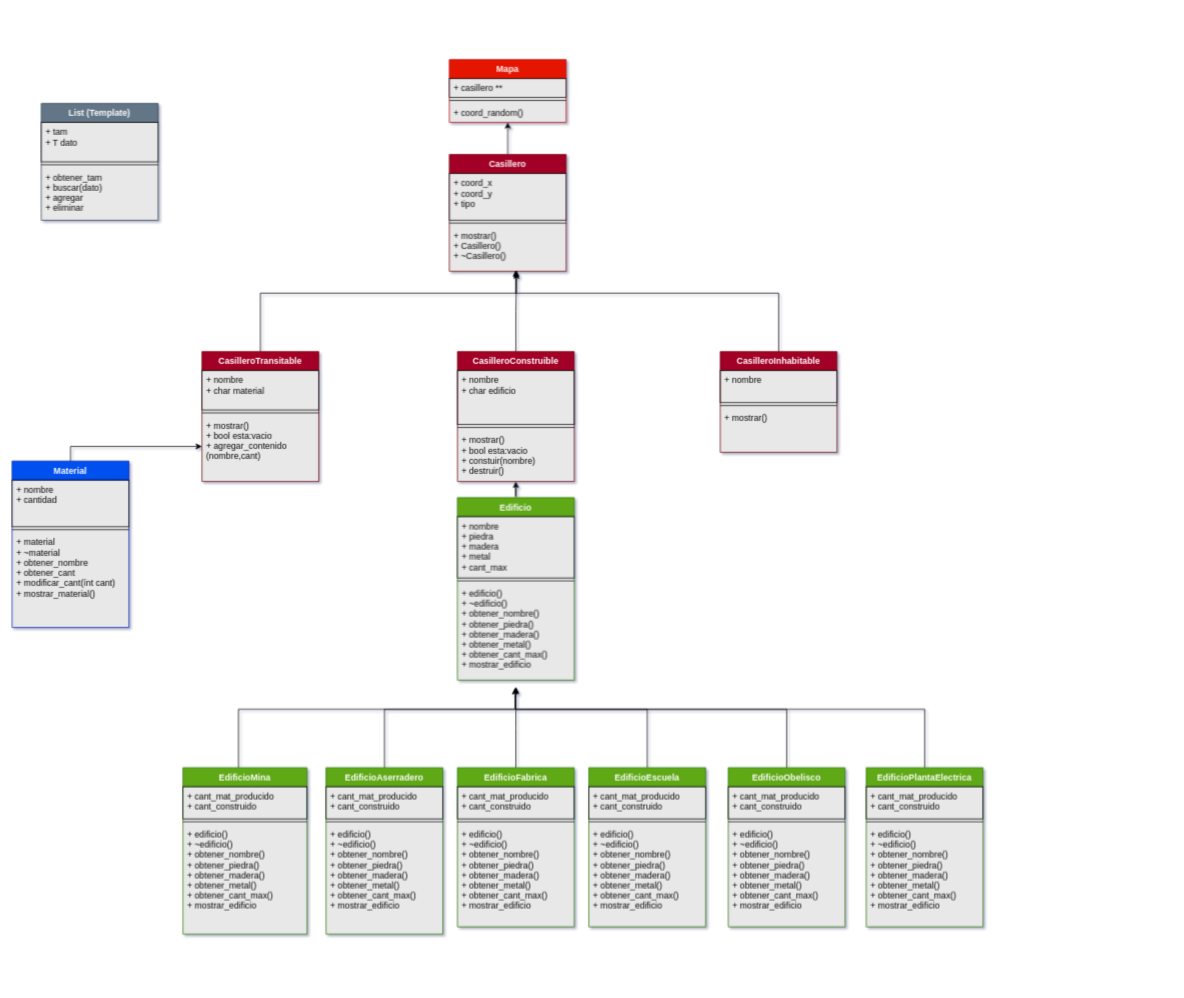
This is uml.drawio from lmberard/TP2_Algo-de-Ritmo, a draw.io file, before an edit. Source tidied: cells renumbered, new cells numbered last; positions are measured from the earlier drawing's top-left corner, leaving out a move shared by most shapes. Both pictures are drawn from the tidied source at 73%, with x=0, y=0 at pixel (12, 59).
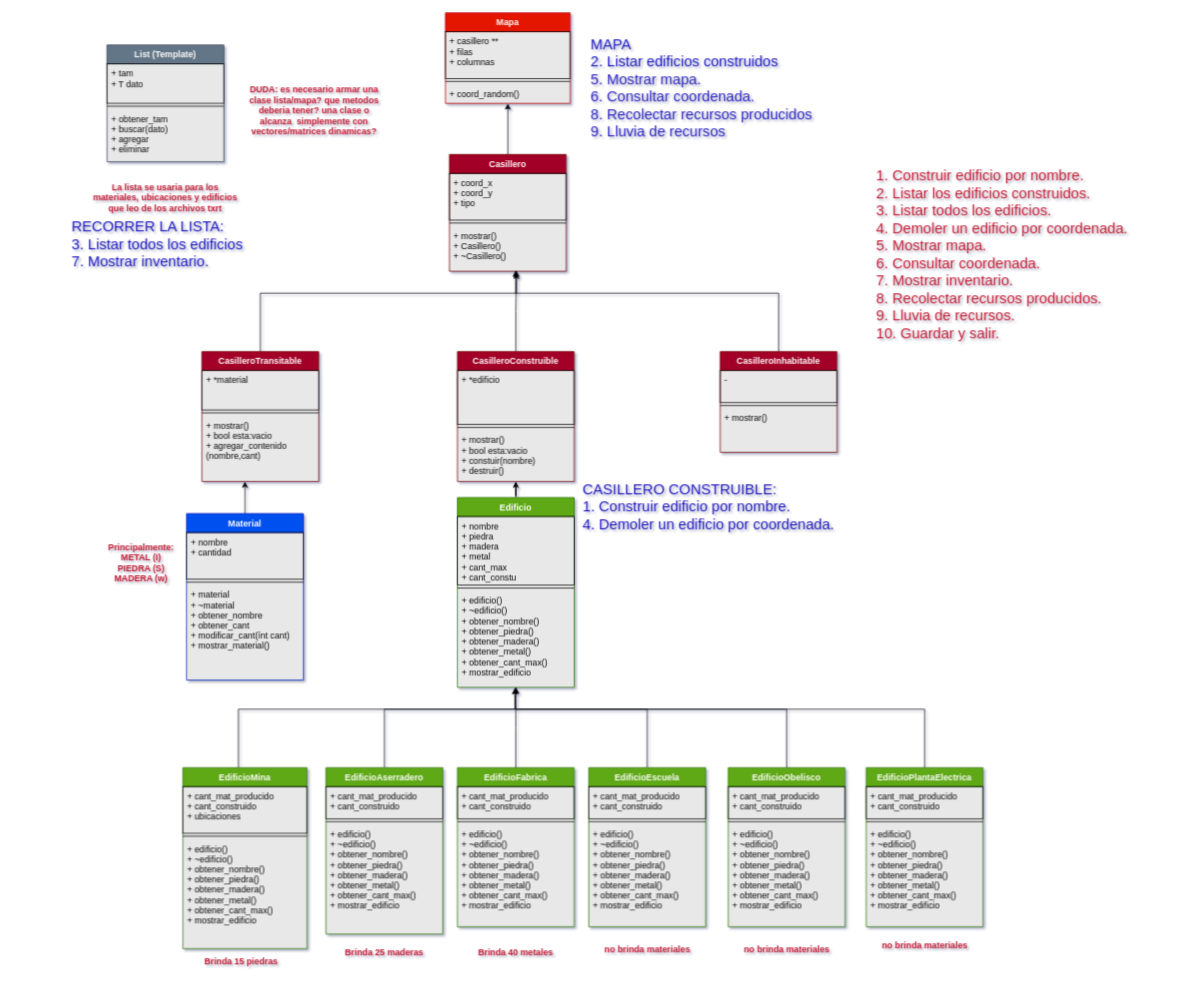
After the change.

Commit message:
nuevo uml

Unchanged cells that the change refers to:
```xml
<mxCell id="8" value="CasilleroTransitable" style="swimlane;fontStyle=1;align=center;verticalAlign=top;horizontal=1;startSize=26;fontColor=#ffffff;labelBorderColor=none;labelBackgroundColor=none;swimlaneFillColor=#E8E8E8;strokeColor=#6F0000;fillColor=#a20025;" parent="1" vertex="1">
  <mxGeometry x="260" y="400" width="160" height="178" as="geometry" />
</mxCell>
<mxCell id="13" value="CasilleroConstruible" style="swimlane;fontStyle=1;align=center;verticalAlign=top;horizontal=1;startSize=26;fontColor=#ffffff;labelBorderColor=none;labelBackgroundColor=none;swimlaneFillColor=#E8E8E8;strokeColor=#6F0000;fillColor=#a20025;" parent="1" vertex="1">
  <mxGeometry x="610" y="400" width="160" height="178" as="geometry" />
</mxCell>
<mxCell id="18" value="CasilleroInhabitable" style="swimlane;fontStyle=1;align=center;verticalAlign=top;horizontal=1;startSize=26;fontColor=#ffffff;labelBorderColor=none;labelBackgroundColor=none;swimlaneFillColor=#E8E8E8;strokeColor=#6F0000;fillColor=#a20025;" parent="1" vertex="1">
  <mxGeometry x="970" y="400" width="160" height="138" as="geometry" />
</mxCell>
```

What changed in the source:
```diff
@@
-    <mxCell id="9" value="+ nombre&#10;+ char material" style="text;fillColor=none;align=left;verticalAlign=top;spacingLeft=4;spacingRight=4;overflow=hidden;fontColor=#0D0D0D;labelBorderColor=none;labelBackgroundColor=none;strokeColor=#000000;" parent="8" vertex="1">
+    <mxCell id="9" value="+ *material" style="text;fillColor=none;align=left;verticalAlign=top;spacingLeft=4;spacingRight=4;overflow=hidden;fontColor=#0D0D0D;labelBorderColor=none;labelBackgroundColor=none;strokeColor=#000000;" parent="8" vertex="1">
       <mxGeometry y="26" width="160" height="54" as="geometry" />
     </mxCell>
@@
-    <mxCell id="14" value="+ nombre&#10;+ char edificio" style="text;fillColor=none;align=left;verticalAlign=top;spacingLeft=4;spacingRight=4;overflow=hidden;fontColor=#0D0D0D;labelBorderColor=none;labelBackgroundColor=none;strokeColor=#000000;" parent="13" vertex="1">
+    <mxCell id="14" value="+ *edificio" style="text;fillColor=none;align=left;verticalAlign=top;spacingLeft=4;spacingRight=4;overflow=hidden;fontColor=#0D0D0D;labelBorderColor=none;labelBackgroundColor=none;strokeColor=#000000;" parent="13" vertex="1">
       <mxGeometry y="26" width="160" height="74" as="geometry" />
     </mxCell>
@@
-    <mxCell id="19" value="+ nombre" style="text;fillColor=none;align=left;verticalAlign=top;spacingLeft=4;spacingRight=4;overflow=hidden;fontColor=#0D0D0D;labelBorderColor=none;labelBackgroundColor=none;strokeColor=#000000;" parent="18" vertex="1">
+    <mxCell id="19" value="-" style="text;fillColor=none;align=left;verticalAlign=top;spacingLeft=4;spacingRight=4;overflow=hidden;fontColor=#0D0D0D;labelBorderColor=none;labelBackgroundColor=none;strokeColor=#000000;" parent="18" vertex="1">
       <mxGeometry y="26" width="160" height="44" as="geometry" />
     </mxCell>
@@
     <mxCell id="22" value="Mapa" style="swimlane;fontStyle=1;align=center;verticalAlign=top;horizontal=1;startSize=26;fontColor=#ffffff;labelBorderColor=none;labelBackgroundColor=none;swimlaneFillColor=#E8E8E8;strokeColor=#B20000;fillColor=#e51400;" parent="1" vertex="1">
-      <mxGeometry x="599" width="160" height="86" as="geometry" />
+      <mxGeometry x="593.5" y="-64" width="171" height="124" as="geometry" />
     </mxCell>
-    <mxCell id="23" value="+ casillero **" style="text;fillColor=none;align=left;verticalAlign=top;spacingLeft=4;spacingRight=4;overflow=hidden;fontColor=#0D0D0D;labelBorderColor=none;labelBackgroundColor=none;strokeColor=#000000;" parent="22" vertex="1">
-      <mxGeometry y="26" width="160" height="26" as="geometry" />
+    <mxCell id="23" value="+ casillero **&#10;+ filas&#10;+ columnas" style="text;fillColor=none;align=left;verticalAlign=top;spacingLeft=4;spacingRight=4;overflow=hidden;fontColor=#0D0D0D;labelBorderColor=none;labelBackgroundColor=none;strokeColor=#000000;" parent="22" vertex="1">
+      <mxGeometry y="26" width="171" height="64" as="geometry" />
     </mxCell>
     <mxCell id="24" style="line;strokeWidth=1;fillColor=none;align=left;verticalAlign=middle;spacingTop=-1;spacingLeft=3;spacingRight=3;labelPosition=right;" parent="22" vertex="1">
-      <mxGeometry y="52" width="160" height="8" as="geometry" />
+      <mxGeometry y="90" width="171" height="8" as="geometry" />
     </mxCell>
     <mxCell id="25" value="+ coord_random()" style="text;strokeColor=none;fillColor=none;align=left;verticalAlign=top;spacingLeft=4;spacingRight=4;overflow=hidden;fontColor=#0D0D0D;labelBorderColor=none;labelBackgroundColor=none;" parent="22" vertex="1">
-      <mxGeometry y="60" width="160" height="26" as="geometry" />
+      <mxGeometry y="98" width="171" height="26" as="geometry" />
     </mxCell>
     <mxCell id="26" style="edgeStyle=orthogonalEdgeStyle;rounded=0;jettySize=auto;html=1;fontColor=#0D0D0D;strokeColor=#000000;" parent="1" edge="1" source="27" target="8">
       <mxGeometry relative="1" as="geometry">
         <Array as="points">
-          <mxPoint x="80" y="530" />
-          <mxPoint x="340" y="530" />
+          <mxPoint x="330" y="640" />
+          <mxPoint x="330" y="640" />
         </Array>
       </mxGeometry>
     </mxCell>
     <mxCell id="27" value="Material" style="swimlane;fontStyle=1;align=center;verticalAlign=top;horizontal=1;startSize=26;fontColor=#ffffff;labelBorderColor=none;labelBackgroundColor=none;swimlaneFillColor=#E8E8E8;strokeColor=#001DBC;fillColor=#0050ef;" parent="1" vertex="1">
-      <mxGeometry y="550" width="160" height="228" as="geometry" />
+      <mxGeometry x="239" y="622" width="160" height="228" as="geometry" />
     </mxCell>
@@
     <mxCell id="32" value="Edificio" style="swimlane;fontStyle=1;align=center;verticalAlign=top;horizontal=1;startSize=26;fontColor=#ffffff;labelBorderColor=none;labelBackgroundColor=none;swimlaneFillColor=#E8E8E8;strokeColor=#2D7600;fillColor=#60a917;" parent="1" vertex="1">
-      <mxGeometry x="610" y="600" width="160" height="250" as="geometry" />
+      <mxGeometry x="610" y="600" width="160" height="260" as="geometry" />
     </mxCell>
-    <mxCell id="33" value="+ nombre&#10;+ piedra&#10;+ madera&#10;+ metal&#10;+ cant_max" style="text;fillColor=none;align=left;verticalAlign=top;spacingLeft=4;spacingRight=4;overflow=hidden;fontColor=#0D0D0D;labelBorderColor=none;labelBackgroundColor=none;strokeColor=#000000;" parent="32" vertex="1">
-      <mxGeometry y="26" width="160" height="84" as="geometry" />
+    <mxCell id="33" value="+ nombre&#10;+ piedra&#10;+ madera&#10;+ metal&#10;+ cant_max&#10;+ cant_constu" style="text;fillColor=none;align=left;verticalAlign=top;spacingLeft=4;spacingRight=4;overflow=hidden;fontColor=#0D0D0D;labelBorderColor=none;labelBackgroundColor=none;strokeColor=#000000;" parent="32" vertex="1">
+      <mxGeometry y="26" width="160" height="94" as="geometry" />
     </mxCell>
     <mxCell id="34" style="line;strokeWidth=1;fillColor=none;align=left;verticalAlign=middle;spacingTop=-1;spacingLeft=3;spacingRight=3;labelPosition=right;" parent="32" vertex="1">
-      <mxGeometry y="110" width="160" height="8" as="geometry" />
+      <mxGeometry y="120" width="160" height="8" as="geometry" />
     </mxCell>
     <mxCell id="35" value="+ edificio()&#10;+ ~edificio()&#10;+ obtener_nombre()&#10;+ obtener_piedra()&#10;+ obtener_madera()&#10;+ obtener_metal()&#10;+ obtener_cant_max()&#10;+ mostrar_edificio&#10;" style="text;strokeColor=none;fillColor=none;align=left;verticalAlign=top;spacingLeft=4;spacingRight=4;overflow=hidden;fontColor=#0D0D0D;labelBorderColor=none;labelBackgroundColor=none;" parent="32" vertex="1">
-      <mxGeometry y="118" width="160" height="132" as="geometry" />
+      <mxGeometry y="128" width="160" height="132" as="geometry" />
     </mxCell>
@@
     <mxCell id="37" value="EdificioMina" style="swimlane;fontStyle=1;align=center;verticalAlign=top;horizontal=1;startSize=26;fontColor=#ffffff;labelBorderColor=none;labelBackgroundColor=none;swimlaneFillColor=#E8E8E8;strokeColor=#2D7600;fillColor=#60a917;" parent="1" vertex="1">
-      <mxGeometry x="234" y="970" width="170" height="228" as="geometry" />
+      <mxGeometry x="234" y="970" width="170" height="248" as="geometry" />
     </mxCell>
-    <mxCell id="38" value="+ cant_mat_producido&#10;+ cant_construido" style="text;fillColor=none;align=left;verticalAlign=top;spacingLeft=4;spacingRight=4;overflow=hidden;fontColor=#0D0D0D;labelBorderColor=none;labelBackgroundColor=none;strokeColor=#000000;" parent="37" vertex="1">
-      <mxGeometry y="26" width="170" height="44" as="geometry" />
+    <mxCell id="38" value="+ cant_mat_producido&#10;+ cant_construido&#10;+ ubicaciones" style="text;fillColor=none;align=left;verticalAlign=top;spacingLeft=4;spacingRight=4;overflow=hidden;fontColor=#0D0D0D;labelBorderColor=none;labelBackgroundColor=none;strokeColor=#000000;" parent="37" vertex="1">
+      <mxGeometry y="26" width="170" height="64" as="geometry" />
     </mxCell>
     <mxCell id="39" style="line;strokeWidth=1;fillColor=none;align=left;verticalAlign=middle;spacingTop=-1;spacingLeft=3;spacingRight=3;labelPosition=right;" parent="37" vertex="1">
-      <mxGeometry y="70" width="170" height="8" as="geometry" />
+      <mxGeometry y="90" width="170" height="8" as="geometry" />
     </mxCell>
     <mxCell id="40" value="+ edificio()&#10;+ ~edificio()&#10;+ obtener_nombre()&#10;+ obtener_piedra()&#10;+ obtener_madera()&#10;+ obtener_metal()&#10;+ obtener_cant_max()&#10;+ mostrar_edificio&#10;" style="text;strokeColor=none;fillColor=none;align=left;verticalAlign=top;spacingLeft=4;spacingRight=4;overflow=hidden;fontColor=#0D0D0D;labelBorderColor=none;labelBackgroundColor=none;" parent="37" vertex="1">
-      <mxGeometry y="78" width="170" height="150" as="geometry" />
+      <mxGeometry y="98" width="170" height="150" as="geometry" />
     </mxCell>
@@
     <mxCell id="66" value="List (Template)" style="swimlane;fontStyle=1;align=center;verticalAlign=top;horizontal=1;startSize=26;fontColor=#ffffff;labelBorderColor=none;labelBackgroundColor=none;swimlaneFillColor=#E8E8E8;strokeColor=#314354;fillColor=#647687;" parent="1" vertex="1">
-      <mxGeometry x="40" y="60" width="160" height="160" as="geometry" />
+      <mxGeometry x="130" y="-20" width="160" height="160" as="geometry" />
     </mxCell>
@@
+    <mxCell id="70" value="DUDA: es necesario armar una clase lista/mapa? que metodos deberia tener? una clase o alcanza&amp;nbsp; simplemente con vectores/matrices dinamicas?" style="text;html=1;strokeColor=none;fillColor=none;align=center;verticalAlign=middle;whiteSpace=wrap;rounded=0;fontColor=#BF152C;fontStyle=1;" parent="1" vertex="1">
+      <mxGeometry x="314" y="60" width="200" height="20" as="geometry" />
+    </mxCell>
+    <mxCell id="71" value="La lista se usaria para los materiales, ubicaciones y edificios que leo de los archivos txrt" style="text;html=1;strokeColor=none;fillColor=none;align=center;verticalAlign=middle;whiteSpace=wrap;rounded=0;fontColor=#BF152C;fontStyle=1;" parent="1" vertex="1">
+      <mxGeometry x="110" y="180" width="200" height="20" as="geometry" />
+    </mxCell>
+    <mxCell id="72" value="Principalmente:&lt;br&gt;METAL (I)&lt;br&gt;PIEDRA (S)&lt;br&gt;MADERA (w)" style="text;html=1;strokeColor=none;fillColor=none;align=center;verticalAlign=middle;whiteSpace=wrap;rounded=0;fontColor=#BF152C;fontStyle=1;" parent="1" vertex="1">
+      <mxGeometry x="120" y="640" width="114" height="100" as="geometry" />
+    </mxCell>
+    <mxCell id="73" value="Brinda 15 piedras" style="text;html=1;strokeColor=none;fillColor=none;align=center;verticalAlign=middle;whiteSpace=wrap;rounded=0;fontColor=#BF152C;fontStyle=1;" parent="1" vertex="1">
+      <mxGeometry x="257" y="1210" width="114" height="52" as="geometry" />
+    </mxCell>
+    <mxCell id="74" value="Brinda 25 maderas" style="text;html=1;strokeColor=none;fillColor=none;align=center;verticalAlign=middle;whiteSpace=wrap;rounded=0;fontColor=#BF152C;fontStyle=1;" parent="1" vertex="1">
+      <mxGeometry x="453" y="1198" width="114" height="52" as="geometry" />
+    </mxCell>
+    <mxCell id="75" value="Brinda 40 metales" style="text;html=1;strokeColor=none;fillColor=none;align=center;verticalAlign=middle;whiteSpace=wrap;rounded=0;fontColor=#BF152C;fontStyle=1;" parent="1" vertex="1">
+      <mxGeometry x="633" y="1198" width="114" height="52" as="geometry" />
+    </mxCell>
+    <mxCell id="76" value="no brinda materiales" style="text;html=1;strokeColor=none;fillColor=none;align=center;verticalAlign=middle;whiteSpace=wrap;rounded=0;fontColor=#BF152C;fontStyle=1;" parent="1" vertex="1">
+      <mxGeometry x="801.5" y="1194" width="137" height="52" as="geometry" />
+    </mxCell>
+    <mxCell id="77" value="no brinda materiales" style="text;html=1;strokeColor=none;fillColor=none;align=center;verticalAlign=middle;whiteSpace=wrap;rounded=0;fontColor=#BF152C;fontStyle=1;" parent="1" vertex="1">
+      <mxGeometry x="992.5" y="1194" width="137" height="52" as="geometry" />
+    </mxCell>
+    <mxCell id="78" value="no brinda materiales" style="text;html=1;strokeColor=none;fillColor=none;align=center;verticalAlign=middle;whiteSpace=wrap;rounded=0;fontColor=#BF152C;fontStyle=1;" parent="1" vertex="1">
+      <mxGeometry x="1181.5" y="1188" width="137" height="52" as="geometry" />
+    </mxCell>
+    <mxCell id="79" value="1. Construir edificio por nombre.&amp;nbsp;&#10;2. Listar los edificios construidos.&amp;nbsp;&#10;3. Listar todos los edificios.&amp;nbsp;&#10;4. Demoler un edificio por coordenada.&amp;nbsp;&#10;5. Mostrar mapa.&amp;nbsp;&#10;6. Consultar coordenada.&amp;nbsp;&#10;7. Mostrar inventario.&amp;nbsp;&#10;8. Recolectar recursos producidos.&amp;nbsp;&#10;9. Lluvia de recursos.&amp;nbsp;&#10;10. Guardar y salir." style="text;whiteSpace=wrap;html=1;fontColor=#BF152C;fontSize=20;" parent="1" vertex="1">
+      <mxGeometry x="1181.5" y="140" width="401.5" height="150" as="geometry" />
+    </mxCell>
+    <mxCell id="80" value="&lt;span style=&quot;color: rgb(23 , 17 , 191)&quot;&gt;MAPA&lt;br&gt;2. Listar edificios construidos&lt;/span&gt;&lt;br&gt;5. Mostrar mapa.&amp;nbsp;&lt;br&gt;6. Consultar coordenada.&amp;nbsp;&lt;br&gt;8. Recolectar recursos producidos&lt;br&gt;9. Lluvia de recursos" style="text;whiteSpace=wrap;html=1;fontSize=20;fontColor=#271DBF;" parent="1" vertex="1">
+      <mxGeometry x="790.8" y="-40" width="380" height="135" as="geometry" />
+    </mxCell>
+    <mxCell id="81" value="CASILLERO CONSTRUIBLE:&lt;br&gt;1. Construir edificio por nombre.&lt;br&gt;4. Demoler un edificio por coordenada.&amp;nbsp;" style="text;whiteSpace=wrap;html=1;fontSize=20;fontColor=#1D11BF;" parent="1" vertex="1">
+      <mxGeometry x="780" y="570" width="401.5" height="60" as="geometry" />
+    </mxCell>
+    <mxCell id="82" value="RECORRER LA LISTA:&lt;br&gt;3. Listar todos los edificios&amp;nbsp;&lt;br&gt;7. Mostrar inventario.&amp;nbsp;" style="text;whiteSpace=wrap;html=1;fontSize=20;fontColor=#1711BF;" parent="1" vertex="1">
+      <mxGeometry x="80" y="210" width="283" height="80" as="geometry" />
+    </mxCell>
```
